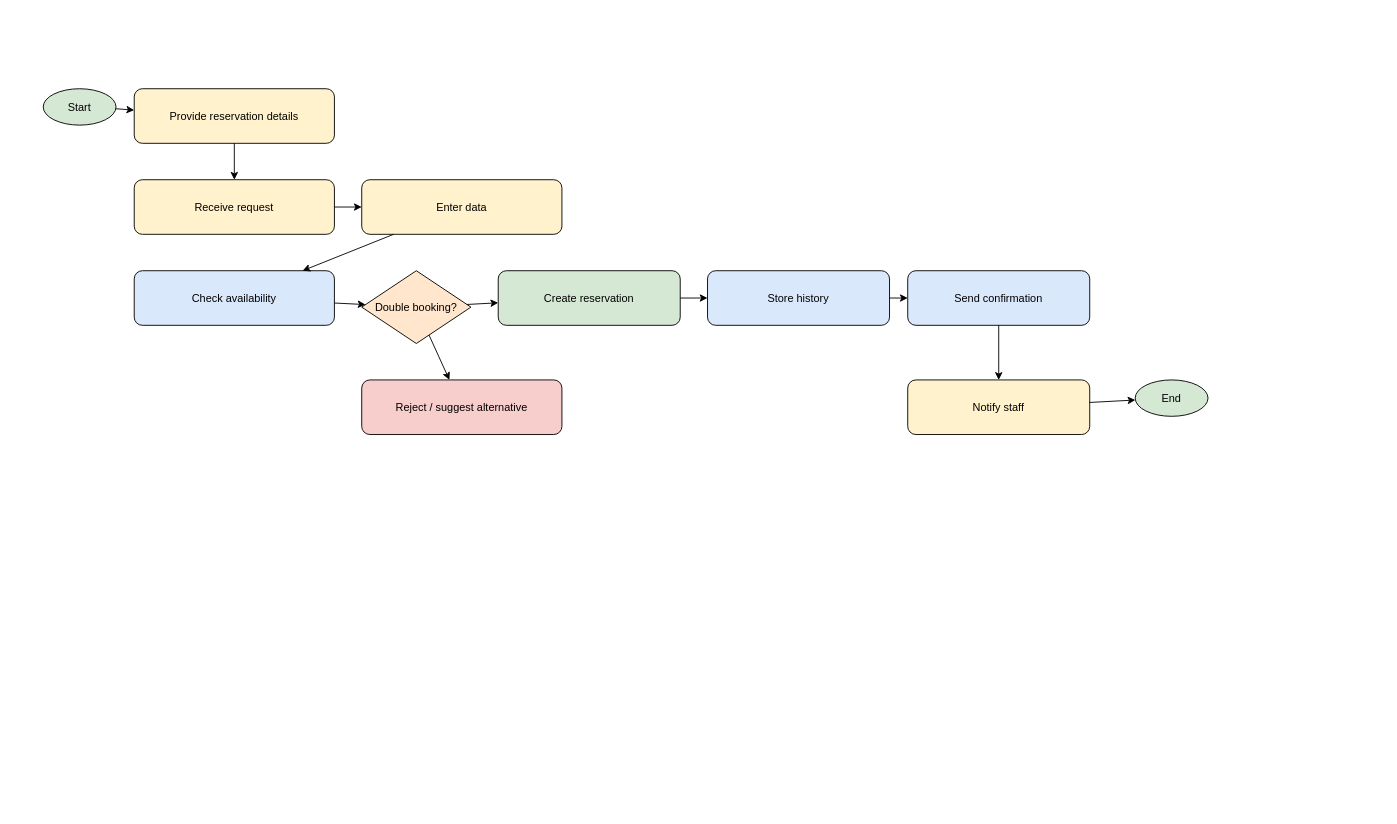
Earlier version of the draw.io diagram Diagrams/BPMN/Reservation-BPMN.drawio (bajram-haxhiu/AgriSoft). Source tidied: cells renumbered, new cells numbered last; positions are measured from the earlier drawing's top-left corner, leaving out a move shared by most shapes. Both pictures are drawn from the tidied source at 91%, with x=0, y=0 at pixel (43, 88).
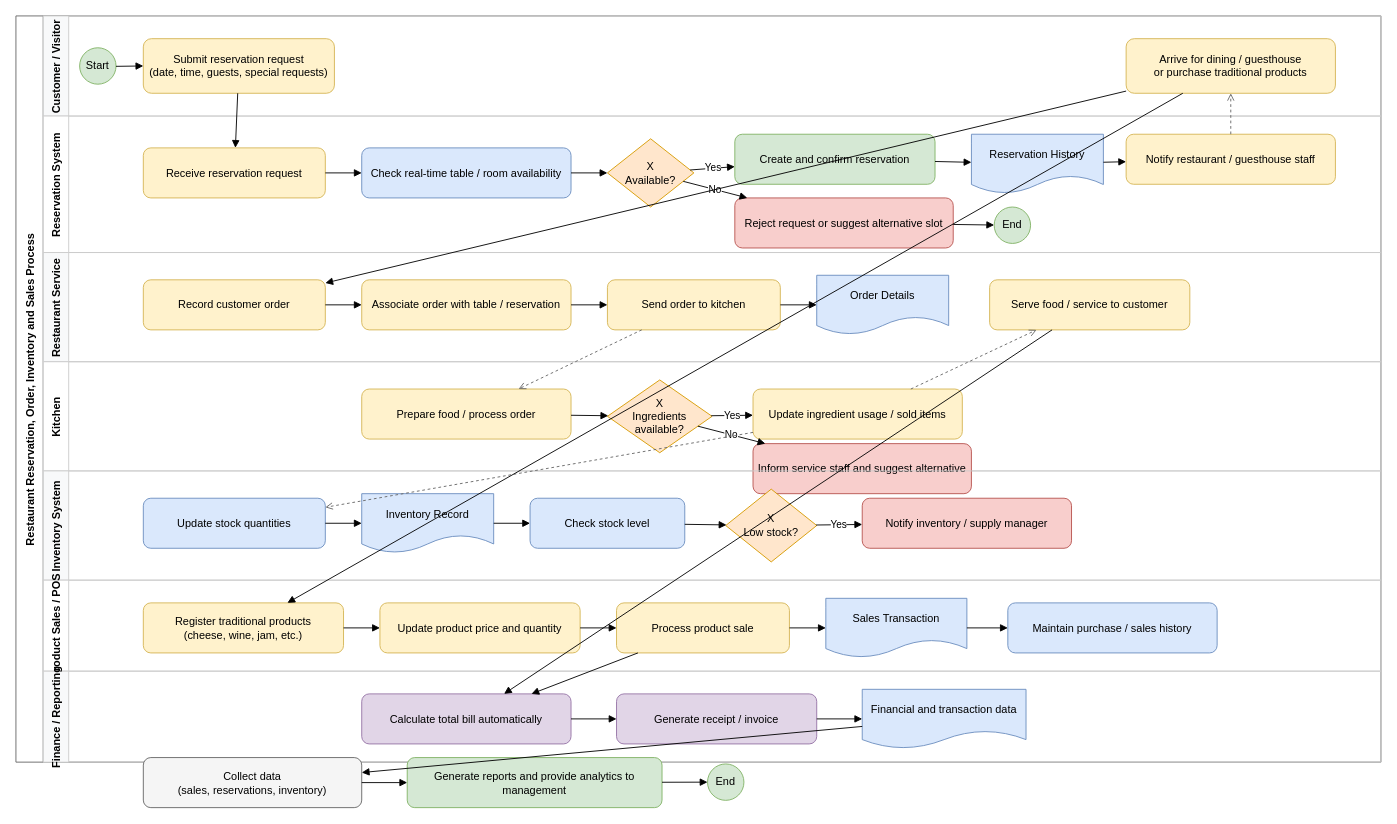
After the change.

The edit, as a diff of the source:
```diff
@@
+    <mxCell id="25" value="Restaurant Reservation, Order, Inventory and Sales Process" style="swimlane;horizontal=0;startSize=30;fillColor=#ffffff;strokeColor=#666666;" parent="1" vertex="1">
+      <mxGeometry x="-30" y="-80" width="1500" height="820" as="geometry" />
+    </mxCell>
+    <mxCell id="26" value="Customer / Visitor" style="swimlane;horizontal=0;startSize=28;fillColor=#f8f9fa;strokeColor=#cccccc;" parent="25" vertex="1">
+      <mxGeometry x="30" width="1470" height="110" as="geometry" />
+    </mxCell>
+    <mxCell id="27" value="Reservation System" style="swimlane;horizontal=0;startSize=28;fillColor=#ffffff;strokeColor=#cccccc;" parent="25" vertex="1">
+      <mxGeometry x="30" y="110" width="1470" height="150" as="geometry" />
+    </mxCell>
+    <mxCell id="28" value="Restaurant Service" style="swimlane;horizontal=0;startSize=28;fillColor=#f8f9fa;strokeColor=#cccccc;" parent="25" vertex="1">
+      <mxGeometry x="30" y="260" width="1470" height="120" as="geometry" />
+    </mxCell>
+    <mxCell id="29" value="Kitchen" style="swimlane;horizontal=0;startSize=28;fillColor=#ffffff;strokeColor=#cccccc;" parent="25" vertex="1">
+      <mxGeometry x="30" y="380" width="1470" height="120" as="geometry" />
+    </mxCell>
+    <mxCell id="30" value="Inventory System" style="swimlane;horizontal=0;startSize=28;fillColor=#f8f9fa;strokeColor=#cccccc;" parent="25" vertex="1">
+      <mxGeometry x="30" y="500" width="1470" height="120" as="geometry" />
+    </mxCell>
+    <mxCell id="31" value="Product Sales / POS" style="swimlane;horizontal=0;startSize=28;fillColor=#ffffff;strokeColor=#cccccc;" parent="25" vertex="1">
+      <mxGeometry x="30" y="620" width="1470" height="100" as="geometry" />
+    </mxCell>
+    <mxCell id="32" value="Finance / Reporting" style="swimlane;horizontal=0;startSize=28;fillColor=#f8f9fa;strokeColor=#cccccc;" parent="25" vertex="1">
+      <mxGeometry x="30" y="720" width="1470" height="100" as="geometry" />
+    </mxCell>
-    <mxCell id="2" value="Start" style="ellipse;fillColor=#d5e8d4;" parent="1" vertex="1">
-      <mxGeometry width="80" height="40" as="geometry" />
+    <mxCell id="2" value="Start" style="ellipse;whiteSpace=wrap;html=1;fillColor=#d5e8d4;strokeColor=#82b366;" parent="26" vertex="1">
+      <mxGeometry x="40" y="35" width="40" height="40" as="geometry" />
     </mxCell>
-    <mxCell id="3" value="Provide reservation details" style="rounded=1;fillColor=#fff2cc;" parent="1" vertex="1">
-      <mxGeometry x="100" width="220" height="60" as="geometry" />
-    </mxCell>
-    <mxCell id="4" value="Receive request" style="rounded=1;fillColor=#fff2cc;" parent="1" vertex="1">
-      <mxGeometry x="100" y="100" width="220" height="60" as="geometry" />
-    </mxCell>
-    <mxCell id="5" value="Enter data" style="rounded=1;fillColor=#fff2cc;" parent="1" vertex="1">
-      <mxGeometry x="350" y="100" width="220" height="60" as="geometry" />
-    </mxCell>
-    <mxCell id="6" value="Check availability" style="rounded=1;fillColor=#dae8fc;" parent="1" vertex="1">
-      <mxGeometry x="100" y="200" width="220" height="60" as="geometry" />
-    </mxCell>
-    <mxCell id="7" value="Double booking?" style="rhombus;fillColor=#ffe6cc;" parent="1" vertex="1">
-      <mxGeometry x="350" y="200" width="120" height="80" as="geometry" />
-    </mxCell>
-    <mxCell id="8" value="Create reservation" style="rounded=1;fillColor=#d5e8d4;" parent="1" vertex="1">
-      <mxGeometry x="500" y="200" width="200" height="60" as="geometry" />
-    </mxCell>
-    <mxCell id="9" value="Reject / suggest alternative" style="rounded=1;fillColor=#f8cecc;" parent="1" vertex="1">
-      <mxGeometry x="350" y="320" width="220" height="60" as="geometry" />
-    </mxCell>
-    <mxCell id="10" value="Store history" style="rounded=1;fillColor=#dae8fc;" parent="1" vertex="1">
-      <mxGeometry x="730" y="200" width="200" height="60" as="geometry" />
-    </mxCell>
-    <mxCell id="11" value="Send confirmation" style="rounded=1;fillColor=#dae8fc;" parent="1" vertex="1">
-      <mxGeometry x="950" y="200" width="200" height="60" as="geometry" />
-    </mxCell>
-    <mxCell id="12" value="Notify staff" style="rounded=1;fillColor=#fff2cc;" parent="1" vertex="1">
-      <mxGeometry x="950" y="320" width="200" height="60" as="geometry" />
-    </mxCell>
-    <mxCell id="13" value="End" style="ellipse;fillColor=#d5e8d4;" parent="1" vertex="1">
-      <mxGeometry x="1200" y="320" width="80" height="40" as="geometry" />
-    </mxCell>
-    <mxCell id="14" parent="1" edge="1" source="2" target="3">
-      <mxGeometry relative="1" as="geometry" />
-    </mxCell>
-    <mxCell id="15" parent="1" edge="1" source="3" target="4">
-      <mxGeometry relative="1" as="geometry" />
-    </mxCell>
-    <mxCell id="16" parent="1" edge="1" source="4" target="5">
-      <mxGeometry relative="1" as="geometry" />
-    </mxCell>
-    <mxCell id="17" parent="1" edge="1" source="5" target="6">
-      <mxGeometry relative="1" as="geometry" />
-    </mxCell>
-    <mxCell id="18" parent="1" edge="1" source="6" target="7">
-      <mxGeometry relative="1" as="geometry" />
-    </mxCell>
-    <mxCell id="19" parent="1" edge="1" source="7" target="8">
-      <mxGeometry relative="1" as="geometry" />
-    </mxCell>
-    <mxCell id="20" parent="1" edge="1" source="7" target="9">
-      <mxGeometry relative="1" as="geometry" />
-    </mxCell>
-    <mxCell id="21" parent="1" edge="1" source="8" target="10">
-      <mxGeometry relative="1" as="geometry" />
-    </mxCell>
-    <mxCell id="22" parent="1" edge="1" source="10" target="11">
-      <mxGeometry relative="1" as="geometry" />
-    </mxCell>
-    <mxCell id="23" parent="1" edge="1" source="11" target="12">
-      <mxGeometry relative="1" as="geometry" />
-    </mxCell>
-    <mxCell id="24" parent="1" edge="1" source="12" target="13">
-      <mxGeometry relative="1" as="geometry" />
-    </mxCell>
+    <mxCell id="33" value="Submit reservation request&#10;(date, time, guests, special requests)" style="rounded=1;whiteSpace=wrap;html=1;fillColor=#fff2cc;strokeColor=#d6b656;" parent="26" vertex="1">
+      <mxGeometry x="110" y="25" width="210" height="60" as="geometry" />
+    </mxCell>
+    <mxCell id="34" value="Arrive for dining / guesthouse&#10;or purchase traditional products" style="rounded=1;whiteSpace=wrap;html=1;fillColor=#fff2cc;strokeColor=#d6b656;" parent="26" vertex="1">
+      <mxGeometry x="1190" y="25" width="230" height="60" as="geometry" />
+    </mxCell>
+    <mxCell id="35" value="Receive reservation request" style="rounded=1;whiteSpace=wrap;html=1;fillColor=#fff2cc;strokeColor=#d6b656;" parent="27" vertex="1">
+      <mxGeometry x="110" y="35" width="200" height="55" as="geometry" />
+    </mxCell>
+    <mxCell id="36" value="Check real-time table / room availability" style="rounded=1;whiteSpace=wrap;html=1;fillColor=#dae8fc;strokeColor=#6c8ebf;" parent="27" vertex="1">
+      <mxGeometry x="350" y="35" width="230" height="55" as="geometry" />
+    </mxCell>
+    <mxCell id="37" value="X&#10;Available?" style="rhombus;whiteSpace=wrap;html=1;fillColor=#ffe6cc;strokeColor=#d79b00;" parent="27" vertex="1">
+      <mxGeometry x="620" y="25" width="95" height="75" as="geometry" />
+    </mxCell>
+    <mxCell id="38" value="Create and confirm reservation" style="rounded=1;whiteSpace=wrap;html=1;fillColor=#d5e8d4;strokeColor=#82b366;" parent="27" vertex="1">
+      <mxGeometry x="760" y="20" width="220" height="55" as="geometry" />
+    </mxCell>
+    <mxCell id="39" value="Reject request or suggest alternative slot" style="rounded=1;whiteSpace=wrap;html=1;fillColor=#f8cecc;strokeColor=#b85450;" parent="27" vertex="1">
+      <mxGeometry x="760" y="90" width="240" height="55" as="geometry" />
+    </mxCell>
+    <mxCell id="40" value="Reservation History" style="shape=document;whiteSpace=wrap;html=1;boundedLbl=1;fillColor=#dae8fc;strokeColor=#6c8ebf;" parent="27" vertex="1">
+      <mxGeometry x="1020" y="20" width="145" height="65" as="geometry" />
+    </mxCell>
+    <mxCell id="41" value="Notify restaurant / guesthouse staff" style="rounded=1;whiteSpace=wrap;html=1;fillColor=#fff2cc;strokeColor=#d6b656;" parent="27" vertex="1">
+      <mxGeometry x="1190" y="20" width="230" height="55" as="geometry" />
+    </mxCell>
+    <mxCell id="42" value="End" style="ellipse;whiteSpace=wrap;html=1;fillColor=#d5e8d4;strokeColor=#82b366;" parent="27" vertex="1">
+      <mxGeometry x="1045" y="100" width="40" height="40" as="geometry" />
+    </mxCell>
+    <mxCell id="43" value="Record customer order" style="rounded=1;whiteSpace=wrap;html=1;fillColor=#fff2cc;strokeColor=#d6b656;" parent="28" vertex="1">
+      <mxGeometry x="110" y="30" width="200" height="55" as="geometry" />
+    </mxCell>
+    <mxCell id="44" value="Associate order with table / reservation" style="rounded=1;whiteSpace=wrap;html=1;fillColor=#fff2cc;strokeColor=#d6b656;" parent="28" vertex="1">
+      <mxGeometry x="350" y="30" width="230" height="55" as="geometry" />
+    </mxCell>
+    <mxCell id="45" value="Send order to kitchen" style="rounded=1;whiteSpace=wrap;html=1;fillColor=#fff2cc;strokeColor=#d6b656;" parent="28" vertex="1">
+      <mxGeometry x="620" y="30" width="190" height="55" as="geometry" />
+    </mxCell>
+    <mxCell id="46" value="Order Details" style="shape=document;whiteSpace=wrap;html=1;boundedLbl=1;fillColor=#dae8fc;strokeColor=#6c8ebf;" parent="28" vertex="1">
+      <mxGeometry x="850" y="25" width="145" height="65" as="geometry" />
+    </mxCell>
+    <mxCell id="47" value="Serve food / service to customer" style="rounded=1;whiteSpace=wrap;html=1;fillColor=#fff2cc;strokeColor=#d6b656;" parent="28" vertex="1">
+      <mxGeometry x="1040" y="30" width="220" height="55" as="geometry" />
+    </mxCell>
+    <mxCell id="48" value="Prepare food / process order" style="rounded=1;whiteSpace=wrap;html=1;fillColor=#fff2cc;strokeColor=#d6b656;" parent="29" vertex="1">
+      <mxGeometry x="350" y="30" width="230" height="55" as="geometry" />
+    </mxCell>
+    <mxCell id="49" value="X&#10;Ingredients available?" style="rhombus;whiteSpace=wrap;html=1;fillColor=#ffe6cc;strokeColor=#d79b00;" parent="29" vertex="1">
+      <mxGeometry x="620" y="20" width="115" height="80" as="geometry" />
+    </mxCell>
+    <mxCell id="50" value="Update ingredient usage / sold items" style="rounded=1;whiteSpace=wrap;html=1;fillColor=#fff2cc;strokeColor=#d6b656;" parent="29" vertex="1">
+      <mxGeometry x="780" y="30" width="230" height="55" as="geometry" />
+    </mxCell>
+    <mxCell id="51" value="Inform service staff and suggest alternative" style="rounded=1;whiteSpace=wrap;html=1;fillColor=#f8cecc;strokeColor=#b85450;" parent="29" vertex="1">
+      <mxGeometry x="780" y="90" width="240" height="55" as="geometry" />
+    </mxCell>
+    <mxCell id="52" value="Update stock quantities" style="rounded=1;whiteSpace=wrap;html=1;fillColor=#dae8fc;strokeColor=#6c8ebf;" parent="30" vertex="1">
+      <mxGeometry x="110" y="30" width="200" height="55" as="geometry" />
+    </mxCell>
+    <mxCell id="53" value="Inventory Record" style="shape=document;whiteSpace=wrap;html=1;boundedLbl=1;fillColor=#dae8fc;strokeColor=#6c8ebf;" parent="30" vertex="1">
+      <mxGeometry x="350" y="25" width="145" height="65" as="geometry" />
+    </mxCell>
+    <mxCell id="54" value="Check stock level" style="rounded=1;whiteSpace=wrap;html=1;fillColor=#dae8fc;strokeColor=#6c8ebf;" parent="30" vertex="1">
+      <mxGeometry x="535" y="30" width="170" height="55" as="geometry" />
+    </mxCell>
+    <mxCell id="55" value="X&#10;Low stock?" style="rhombus;whiteSpace=wrap;html=1;fillColor=#ffe6cc;strokeColor=#d79b00;" parent="30" vertex="1">
+      <mxGeometry x="750" y="20" width="100" height="80" as="geometry" />
+    </mxCell>
+    <mxCell id="56" value="Notify inventory / supply manager" style="rounded=1;whiteSpace=wrap;html=1;fillColor=#f8cecc;strokeColor=#b85450;" parent="30" vertex="1">
+      <mxGeometry x="900" y="30" width="230" height="55" as="geometry" />
+    </mxCell>
+    <mxCell id="57" value="Register traditional products&#10;(cheese, wine, jam, etc.)" style="rounded=1;whiteSpace=wrap;html=1;fillColor=#fff2cc;strokeColor=#d6b656;" parent="31" vertex="1">
+      <mxGeometry x="110" y="25" width="220" height="55" as="geometry" />
+    </mxCell>
+    <mxCell id="58" value="Update product price and quantity" style="rounded=1;whiteSpace=wrap;html=1;fillColor=#fff2cc;strokeColor=#d6b656;" parent="31" vertex="1">
+      <mxGeometry x="370" y="25" width="220" height="55" as="geometry" />
+    </mxCell>
+    <mxCell id="59" value="Process product sale" style="rounded=1;whiteSpace=wrap;html=1;fillColor=#fff2cc;strokeColor=#d6b656;" parent="31" vertex="1">
+      <mxGeometry x="630" y="25" width="190" height="55" as="geometry" />
+    </mxCell>
+    <mxCell id="60" value="Sales Transaction" style="shape=document;whiteSpace=wrap;html=1;boundedLbl=1;fillColor=#dae8fc;strokeColor=#6c8ebf;" parent="31" vertex="1">
+      <mxGeometry x="860" y="20" width="155" height="65" as="geometry" />
+    </mxCell>
+    <mxCell id="61" value="Maintain purchase / sales history" style="rounded=1;whiteSpace=wrap;html=1;fillColor=#dae8fc;strokeColor=#6c8ebf;" parent="31" vertex="1">
+      <mxGeometry x="1060" y="25" width="230" height="55" as="geometry" />
+    </mxCell>
+    <mxCell id="62" value="Calculate total bill automatically" style="rounded=1;whiteSpace=wrap;html=1;fillColor=#e1d5e7;strokeColor=#9673a6;" parent="32" vertex="1">
+      <mxGeometry x="350" y="25" width="230" height="55" as="geometry" />
+    </mxCell>
+    <mxCell id="63" value="Generate receipt / invoice" style="rounded=1;whiteSpace=wrap;html=1;fillColor=#e1d5e7;strokeColor=#9673a6;" parent="32" vertex="1">
+      <mxGeometry x="630" y="25" width="220" height="55" as="geometry" />
+    </mxCell>
+    <mxCell id="64" value="Financial and transaction data" style="shape=document;whiteSpace=wrap;html=1;boundedLbl=1;fillColor=#dae8fc;strokeColor=#6c8ebf;" parent="32" vertex="1">
+      <mxGeometry x="900" y="20" width="180" height="65" as="geometry" />
+    </mxCell>
+    <mxCell id="65" value="Collect data&#10;(sales, reservations, inventory)" style="rounded=1;whiteSpace=wrap;html=1;fillColor=#f5f5f5;strokeColor=#666666;" parent="32" vertex="1">
+      <mxGeometry x="110" y="95" width="240" height="55" as="geometry" />
+    </mxCell>
+    <mxCell id="66" value="Generate reports and provide analytics to management" style="rounded=1;whiteSpace=wrap;html=1;fillColor=#d5e8d4;strokeColor=#82b366;" parent="32" vertex="1">
+      <mxGeometry x="400" y="95" width="280" height="55" as="geometry" />
+    </mxCell>
+    <mxCell id="67" value="End" style="ellipse;whiteSpace=wrap;html=1;fillColor=#d5e8d4;strokeColor=#82b366;" parent="32" vertex="1">
+      <mxGeometry x="730" y="102" width="40" height="40" as="geometry" />
+    </mxCell>
+    <mxCell id="68" style="endArrow=block;html=1;rounded=0;strokeColor=#000000;" parent="26" edge="1" source="2" target="33">
+      <mxGeometry relative="1" as="geometry" />
+    </mxCell>
+    <mxCell id="69" style="endArrow=block;html=1;rounded=0;strokeColor=#000000;" parent="25" edge="1" source="33" target="35">
+      <mxGeometry relative="1" as="geometry" />
+    </mxCell>
+    <mxCell id="70" style="endArrow=block;html=1;rounded=0;strokeColor=#000000;" parent="27" edge="1" source="35" target="36">
+      <mxGeometry relative="1" as="geometry" />
+    </mxCell>
+    <mxCell id="71" style="endArrow=block;html=1;rounded=0;strokeColor=#000000;" parent="27" edge="1" source="36" target="37">
+      <mxGeometry relative="1" as="geometry" />
+    </mxCell>
+    <mxCell id="72" value="Yes" style="endArrow=block;html=1;rounded=0;strokeColor=#000000;" parent="27" edge="1" source="37" target="38">
+      <mxGeometry relative="1" as="geometry" />
+    </mxCell>
+    <mxCell id="73" value="No" style="endArrow=block;html=1;rounded=0;strokeColor=#000000;" parent="27" edge="1" source="37" target="39">
+      <mxGeometry relative="1" as="geometry" />
+    </mxCell>
+    <mxCell id="74" style="endArrow=block;html=1;rounded=0;strokeColor=#000000;" parent="27" edge="1" source="38" target="40">
+      <mxGeometry relative="1" as="geometry" />
+    </mxCell>
+    <mxCell id="75" style="endArrow=block;html=1;rounded=0;strokeColor=#000000;" parent="27" edge="1" source="40" target="41">
+      <mxGeometry relative="1" as="geometry" />
+    </mxCell>
+    <mxCell id="76" style="endArrow=block;html=1;rounded=0;strokeColor=#000000;" parent="27" edge="1" source="39" target="42">
+      <mxGeometry relative="1" as="geometry" />
+    </mxCell>
+    <mxCell id="77" style="endArrow=open;html=1;rounded=0;dashed=1;strokeColor=#666666;" parent="25" edge="1" source="41" target="34">
+      <mxGeometry relative="1" as="geometry" />
+    </mxCell>
+    <mxCell id="78" style="endArrow=block;html=1;rounded=0;strokeColor=#000000;" parent="25" edge="1" source="34" target="43">
+      <mxGeometry relative="1" as="geometry" />
+    </mxCell>
+    <mxCell id="79" style="endArrow=block;html=1;rounded=0;strokeColor=#000000;" parent="28" edge="1" source="43" target="44">
+      <mxGeometry relative="1" as="geometry" />
+    </mxCell>
+    <mxCell id="80" style="endArrow=block;html=1;rounded=0;strokeColor=#000000;" parent="28" edge="1" source="44" target="45">
+      <mxGeometry relative="1" as="geometry" />
+    </mxCell>
+    <mxCell id="81" style="endArrow=block;html=1;rounded=0;strokeColor=#000000;" parent="28" edge="1" source="45" target="46">
+      <mxGeometry relative="1" as="geometry" />
+    </mxCell>
+    <mxCell id="82" style="endArrow=open;html=1;rounded=0;dashed=1;strokeColor=#666666;" parent="25" edge="1" source="45" target="48">
+      <mxGeometry relative="1" as="geometry" />
+    </mxCell>
+    <mxCell id="83" style="endArrow=block;html=1;rounded=0;strokeColor=#000000;" parent="29" edge="1" source="48" target="49">
+      <mxGeometry relative="1" as="geometry" />
+    </mxCell>
+    <mxCell id="84" value="Yes" style="endArrow=block;html=1;rounded=0;strokeColor=#000000;" parent="29" edge="1" source="49" target="50">
+      <mxGeometry relative="1" as="geometry" />
+    </mxCell>
+    <mxCell id="85" value="No" style="endArrow=block;html=1;rounded=0;strokeColor=#000000;" parent="29" edge="1" source="49" target="51">
+      <mxGeometry relative="1" as="geometry" />
+    </mxCell>
+    <mxCell id="86" style="endArrow=open;html=1;rounded=0;dashed=1;strokeColor=#666666;" parent="25" edge="1" source="50" target="52">
+      <mxGeometry relative="1" as="geometry" />
+    </mxCell>
+    <mxCell id="87" style="endArrow=open;html=1;rounded=0;dashed=1;strokeColor=#666666;" parent="25" edge="1" source="50" target="47">
+      <mxGeometry relative="1" as="geometry" />
+    </mxCell>
+    <mxCell id="88" style="endArrow=block;html=1;rounded=0;strokeColor=#000000;" parent="30" edge="1" source="52" target="53">
+      <mxGeometry relative="1" as="geometry" />
+    </mxCell>
+    <mxCell id="89" style="endArrow=block;html=1;rounded=0;strokeColor=#000000;" parent="30" edge="1" source="53" target="54">
+      <mxGeometry relative="1" as="geometry" />
+    </mxCell>
+    <mxCell id="90" style="endArrow=block;html=1;rounded=0;strokeColor=#000000;" parent="30" edge="1" source="54" target="55">
+      <mxGeometry relative="1" as="geometry" />
+    </mxCell>
+    <mxCell id="91" value="Yes" style="endArrow=block;html=1;rounded=0;strokeColor=#000000;" parent="30" edge="1" source="55" target="56">
+      <mxGeometry relative="1" as="geometry" />
+    </mxCell>
+    <mxCell id="92" style="endArrow=block;html=1;rounded=0;strokeColor=#000000;" parent="25" edge="1" source="34" target="57">
+      <mxGeometry relative="1" as="geometry" />
+    </mxCell>
+    <mxCell id="93" style="endArrow=block;html=1;rounded=0;strokeColor=#000000;" parent="31" edge="1" source="57" target="58">
+      <mxGeometry relative="1" as="geometry" />
+    </mxCell>
+    <mxCell id="94" style="endArrow=block;html=1;rounded=0;strokeColor=#000000;" parent="31" edge="1" source="58" target="59">
+      <mxGeometry relative="1" as="geometry" />
+    </mxCell>
+    <mxCell id="95" style="endArrow=block;html=1;rounded=0;strokeColor=#000000;" parent="31" edge="1" source="59" target="60">
+      <mxGeometry relative="1" as="geometry" />
+    </mxCell>
+    <mxCell id="96" style="endArrow=block;html=1;rounded=0;strokeColor=#000000;" parent="31" edge="1" source="60" target="61">
+      <mxGeometry relative="1" as="geometry" />
+    </mxCell>
+    <mxCell id="97" style="endArrow=block;html=1;rounded=0;strokeColor=#000000;" parent="25" edge="1" source="47" target="62">
+      <mxGeometry relative="1" as="geometry" />
+    </mxCell>
+    <mxCell id="98" style="endArrow=block;html=1;rounded=0;strokeColor=#000000;" parent="25" edge="1" source="59" target="62">
+      <mxGeometry relative="1" as="geometry" />
+    </mxCell>
+    <mxCell id="99" style="endArrow=block;html=1;rounded=0;strokeColor=#000000;" parent="32" edge="1" source="62" target="63">
+      <mxGeometry relative="1" as="geometry" />
+    </mxCell>
+    <mxCell id="100" style="endArrow=block;html=1;rounded=0;strokeColor=#000000;" parent="32" edge="1" source="63" target="64">
+      <mxGeometry relative="1" as="geometry" />
+    </mxCell>
+    <mxCell id="101" style="endArrow=block;html=1;rounded=0;strokeColor=#000000;" parent="32" edge="1" source="65" target="66">
+      <mxGeometry relative="1" as="geometry" />
+    </mxCell>
+    <mxCell id="102" style="endArrow=block;html=1;rounded=0;strokeColor=#000000;" parent="32" edge="1" source="66" target="67">
+      <mxGeometry relative="1" as="geometry" />
+    </mxCell>
+    <mxCell id="103" style="endArrow=block;html=1;rounded=0;strokeColor=#000000;" parent="25" edge="1" source="64" target="65">
+      <mxGeometry relative="1" as="geometry" />
+    </mxCell>
```
